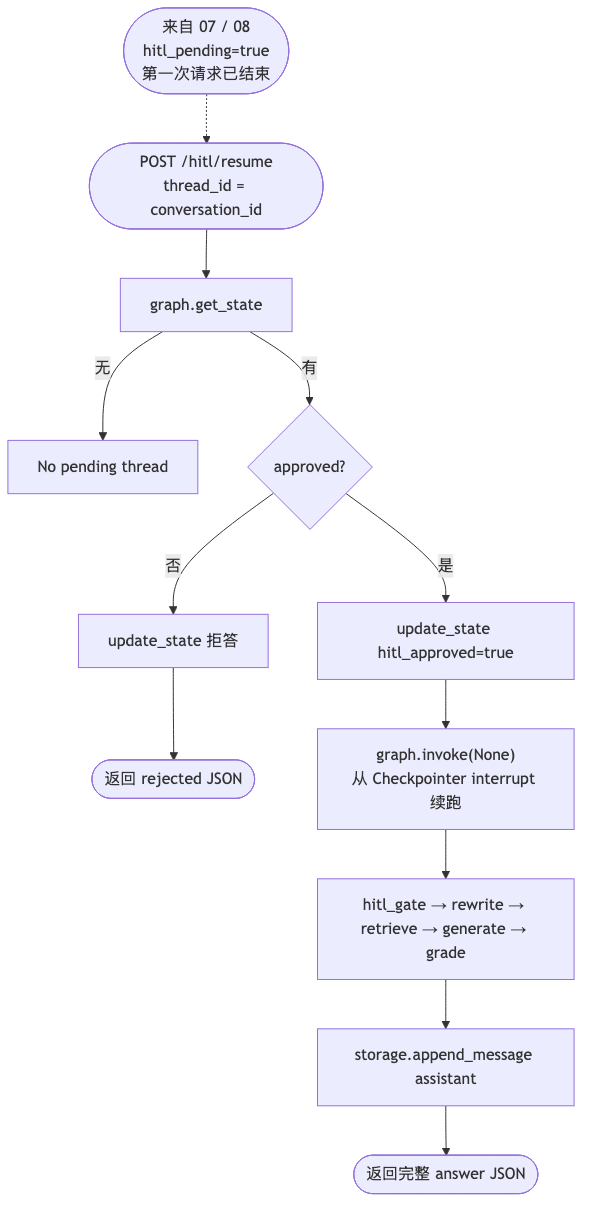
This is project_00_rag_agent/docs/diagrams/09_hitl_resume.png from charlie-chann/ai-agent-langgraph-main, a Mermaid export, as it was before one commit. Its source is kept beside it as project_00_rag_agent/docs/diagrams/source/09_hitl_resume.mmd.
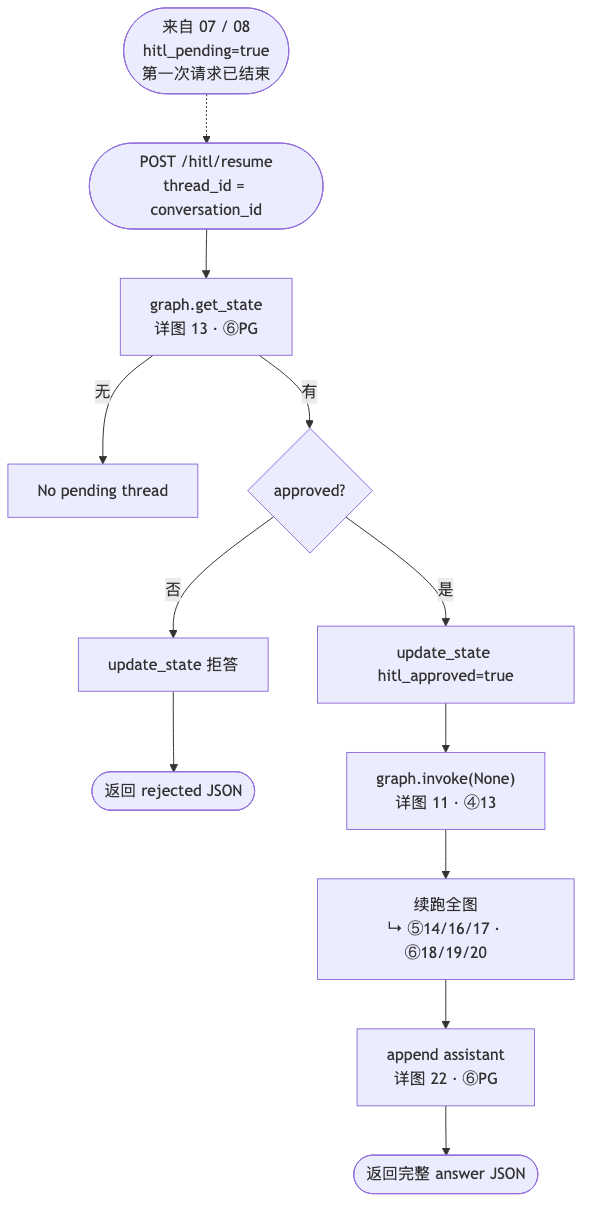
After the commit.

Diff of the diagram source:
```diff
@@ -1,7 +1,7 @@
 flowchart TD
     FROM(["来自 07 / 08<br/>hitl_pending=true<br/>第一次请求已结束"]) -.-> START
 
-    START([POST /hitl/resume<br/>thread_id = conversation_id]) --> SNAP[graph.get_state]
+    START([POST /hitl/resume<br/>thread_id = conversation_id]) --> SNAP["graph.get_state<br/>详图 13 · ⑥PG"]
     SNAP -->|无| ERR[No pending thread]
     SNAP -->|有| APPROVE{approved?}
 
@@ -9,8 +9,8 @@
     REJECT --> END1([返回 rejected JSON])
 
     APPROVE -->|是| UPDATE[update_state hitl_approved=true]
-    UPDATE --> RESUME["graph.invoke(None)<br/>从 Checkpointer interrupt 续跑"]
-    RESUME --> FLOW[hitl_gate → rewrite → retrieve → generate → grade]
-    FLOW --> SAVE[storage.append_message assistant]
+    UPDATE --> RESUME["graph.invoke(None)<br/>详图 11 · ④13"]
+    RESUME --> FLOW["续跑全图<br/>↳ ⑤14/16/17 · ⑥18/19/20"]
+    FLOW --> SAVE["append assistant<br/>详图 22 · ⑥PG"]
     SAVE --> END2([返回完整 answer JSON])
 
```
